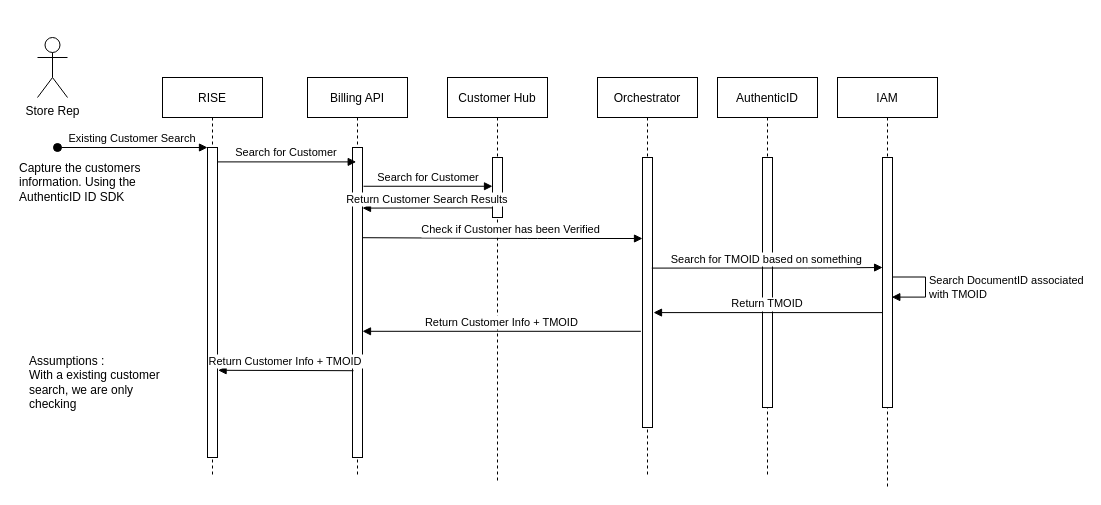
The draw.io diagram Existing_Customer.drawio in ilokos/NCIM, before the edit. Source tidied: cells renumbered, new cells numbered last; positions are measured from the earlier drawing's top-left corner, leaving out a move shared by most shapes. Both pictures are drawn from the tidied source at 100%, with x=0, y=0 at pixel (17, 37).
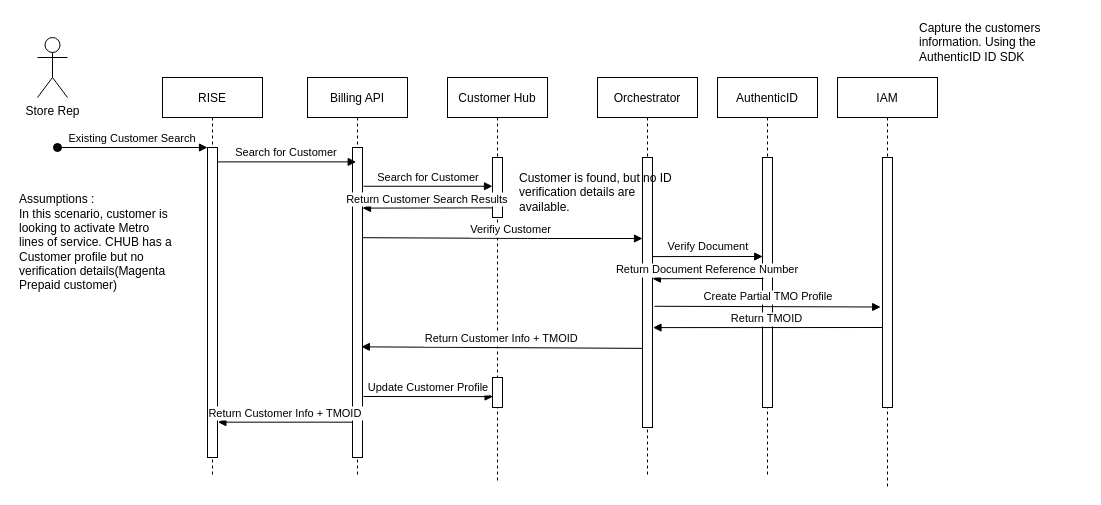
The same page after the edit.

Commit message:
Clarified scenario with specific interactions

The change refers to these unchanged cells:
```xml
<mxCell id="3" style="points=[];perimeter=orthogonalPerimeter;rounded=0;shadow=0;strokeWidth=1;" parent="2" vertex="1">
  <mxGeometry x="45" y="70" width="10" height="310" as="geometry" />
</mxCell>
<mxCell id="6" style="points=[];perimeter=orthogonalPerimeter;rounded=0;shadow=0;strokeWidth=1;" parent="5" vertex="1">
  <mxGeometry x="45" y="70" width="10" height="310" as="geometry" />
</mxCell>
<mxCell id="9" value="Customer Hub" style="shape=umlLifeline;perimeter=lifelinePerimeter;rounded=0;shadow=0;strokeWidth=1;" parent="1" vertex="1">
  <mxGeometry x="430" y="40" width="100" height="405" as="geometry" />
</mxCell>
<mxCell id="14" style="points=[];perimeter=orthogonalPerimeter;rounded=0;shadow=0;strokeWidth=1;" parent="13" vertex="1">
  <mxGeometry x="45" y="80" width="10" height="270" as="geometry" />
</mxCell>
<mxCell id="17" value="IAM" style="shape=umlLifeline;perimeter=lifelinePerimeter;rounded=0;shadow=0;strokeWidth=1;" parent="1" vertex="1">
  <mxGeometry x="820" y="40" width="100" height="410" as="geometry" />
</mxCell>
<mxCell id="18" style="points=[];perimeter=orthogonalPerimeter;rounded=0;shadow=0;strokeWidth=1;" parent="17" vertex="1">
  <mxGeometry x="45" y="80" width="10" height="250" as="geometry" />
</mxCell>
<mxCell id="22" style="points=[];perimeter=orthogonalPerimeter;rounded=0;shadow=0;strokeWidth=1;" parent="21" vertex="1">
  <mxGeometry x="45" y="80" width="10" height="250" as="geometry" />
</mxCell>
```

What changed in the source:
```diff
@@
+    <mxCell id="27" style="html=1;points=[];perimeter=orthogonalPerimeter;" parent="9" vertex="1">
+      <mxGeometry x="45" y="300" width="10" height="30" as="geometry" />
+    </mxCell>
@@
     <mxCell id="12" value="Capture the customers information. Using the AuthenticID ID SDK" style="text;html=1;strokeColor=none;fillColor=none;align=left;verticalAlign=middle;whiteSpace=wrap;rounded=0;" parent="1" vertex="1">
-      <mxGeometry y="120" width="160" height="50" as="geometry" />
+      <mxGeometry x="900" y="-20" width="160" height="50" as="geometry" />
     </mxCell>
@@
-    <mxCell id="16" value="Assumptions :&amp;nbsp;&lt;br&gt;With a existing customer search, we are only checking&amp;nbsp;" style="text;html=1;strokeColor=none;fillColor=none;align=left;verticalAlign=middle;whiteSpace=wrap;rounded=0;" parent="1" vertex="1">
-      <mxGeometry x="10" y="320" width="160" height="50" as="geometry" />
+    <mxCell id="16" value="Assumptions :&amp;nbsp;&lt;br&gt;In this scenario, customer is looking to activate Metro lines of service. CHUB has a Customer profile but no verification details(Magenta Prepaid customer)&lt;br&gt;" style="text;html=1;strokeColor=none;fillColor=none;align=left;verticalAlign=middle;whiteSpace=wrap;rounded=0;" parent="1" vertex="1">
+      <mxGeometry y="150" width="160" height="110" as="geometry" />
     </mxCell>
@@
-    <mxCell id="19" value="Search DocumentID associated &lt;br&gt;with TMOID" style="edgeStyle=orthogonalEdgeStyle;html=1;align=left;spacingLeft=2;endArrow=block;rounded=0;entryX=0.929;entryY=0.87;entryDx=0;entryDy=0;entryPerimeter=0;" parent="17" edge="1">
-      <mxGeometry relative="1" as="geometry">
-        <mxPoint x="55" y="199.5" as="sourcePoint" />
-        <mxPoint x="54.3" y="219.6" as="targetPoint" />
-        <Array as="points">
-          <mxPoint x="88" y="199.5" />
-          <mxPoint x="88" y="219.5" />
-        </Array>
-      </mxGeometry>
-    </mxCell>
-    <mxCell id="20" value="Check if Customer has been Verified" style="verticalAlign=bottom;endArrow=block;shadow=0;strokeWidth=1;exitX=0.957;exitY=0.273;exitDx=0;exitDy=0;exitPerimeter=0;" parent="1" edge="1">
+    <mxCell id="20" value="Verifiy Customer" style="verticalAlign=bottom;endArrow=block;shadow=0;strokeWidth=1;exitX=0.957;exitY=0.273;exitDx=0;exitDy=0;exitPerimeter=0;" parent="1" edge="1">
       <mxGeometry x="0.28" y="30" relative="1" as="geometry">
         <mxPoint x="344.6" y="200.2" as="sourcePoint" />
         <mxPoint x="625" y="201" as="targetPoint" />
         <Array as="points">
           <mxPoint x="520" y="201" />
         </Array>
         <mxPoint x="-30" y="30" as="offset" />
       </mxGeometry>
     </mxCell>
@@
-    <mxCell id="23" value="Search for TMOID based on something" style="verticalAlign=bottom;endArrow=block;shadow=0;strokeWidth=1;exitX=0.929;exitY=0.515;exitDx=0;exitDy=0;exitPerimeter=0;entryX=0.014;entryY=0.512;entryDx=0;entryDy=0;entryPerimeter=0;" parent="1" edge="1">
-      <mxGeometry relative="1" as="geometry">
-        <mxPoint x="634.3" y="230.6" as="sourcePoint" />
-        <mxPoint x="865.1" y="230" as="targetPoint" />
-        <Array as="points">
-          <mxPoint x="800" y="230.5" />
-        </Array>
-      </mxGeometry>
+    <mxCell id="23" value="Verify Document" style="verticalAlign=bottom;endArrow=block;shadow=0;strokeWidth=1;exitX=0.99;exitY=0.367;exitDx=0;exitDy=0;exitPerimeter=0;entryX=0.024;entryY=0.396;entryDx=0;entryDy=0;entryPerimeter=0;" parent="1" edge="1" source="14" target="22">
+      <mxGeometry x="0.01" y="1" relative="1" as="geometry" />
     </mxCell>
-    <mxCell id="24" value="Return TMOID" style="verticalAlign=bottom;endArrow=block;shadow=0;strokeWidth=1;exitX=-0.1;exitY=0.665;exitDx=0;exitDy=0;exitPerimeter=0;" parent="1" edge="1">
+    <mxCell id="24" value="Return TMOID" style="verticalAlign=bottom;endArrow=block;shadow=0;strokeWidth=1;" parent="1" edge="1">
       <mxGeometry relative="1" as="geometry">
-        <mxPoint x="865" y="275.1" as="sourcePoint" />
-        <mxPoint x="636" y="275.1" as="targetPoint" />
+        <mxPoint x="864.5" y="290" as="sourcePoint" />
+        <mxPoint x="635.5" y="290.1" as="targetPoint" />
       </mxGeometry>
     </mxCell>
+    <mxCell id="26" value="Return Customer Info + TMOID" style="verticalAlign=bottom;endArrow=block;shadow=0;strokeWidth=1;exitX=-0.01;exitY=0.886;exitDx=0;exitDy=0;exitPerimeter=0;entryX=1.041;entryY=0.886;entryDx=0;entryDy=0;entryPerimeter=0;" parent="1" edge="1" source="6" target="3">
+      <mxGeometry relative="1" as="geometry" />
+    </mxCell>
+    <mxCell id="28" value="Customer is found, but no ID verification details are available." style="text;html=1;strokeColor=none;fillColor=none;align=left;verticalAlign=middle;whiteSpace=wrap;rounded=0;" parent="1" vertex="1">
+      <mxGeometry x="500" y="130" width="160" height="50" as="geometry" />
+    </mxCell>
+    <mxCell id="29" value="Return Document Reference Number" style="verticalAlign=bottom;endArrow=block;shadow=0;strokeWidth=1;entryX=0.99;entryY=0.449;entryDx=0;entryDy=0;entryPerimeter=0;" parent="1" edge="1" target="14">
+      <mxGeometry relative="1" as="geometry">
+        <mxPoint x="746" y="241" as="sourcePoint" />
+      </mxGeometry>
+    </mxCell>
+    <mxCell id="30" value="Create Partial TMO Profile" style="verticalAlign=bottom;endArrow=block;shadow=0;strokeWidth=1;exitX=1.197;exitY=0.551;exitDx=0;exitDy=0;exitPerimeter=0;entryX=-0.183;entryY=0.598;entryDx=0;entryDy=0;entryPerimeter=0;" parent="1" edge="1" source="14" target="18">
+      <mxGeometry x="0.01" y="1" relative="1" as="geometry" />
+    </mxCell>
-    <mxCell id="25" value="Return Customer Info + TMOID" style="verticalAlign=bottom;endArrow=block;shadow=0;strokeWidth=1;exitX=-0.157;exitY=0.925;exitDx=0;exitDy=0;exitPerimeter=0;" parent="1" edge="1">
-      <mxGeometry relative="1" as="geometry">
-        <mxPoint x="623.4" y="293.8" as="sourcePoint" />
-        <mxPoint x="345" y="293.8" as="targetPoint" />
-      </mxGeometry>
+    <mxCell id="25" value="Return Customer Info + TMOID" style="verticalAlign=bottom;endArrow=block;shadow=0;strokeWidth=1;exitX=0.024;exitY=0.707;exitDx=0;exitDy=0;exitPerimeter=0;entryX=0.886;entryY=0.643;entryDx=0;entryDy=0;entryPerimeter=0;" parent="1" edge="1" source="14" target="6">
+      <mxGeometry relative="1" as="geometry" />
     </mxCell>
-    <mxCell id="26" value="Return Customer Info + TMOID" style="verticalAlign=bottom;endArrow=block;shadow=0;strokeWidth=1;exitX=0.1;exitY=0.965;exitDx=0;exitDy=0;exitPerimeter=0;entryX=1.057;entryY=0.964;entryDx=0;entryDy=0;entryPerimeter=0;" parent="1" edge="1">
-      <mxGeometry relative="1" as="geometry">
-        <mxPoint x="336" y="333.2" as="sourcePoint" />
-        <mxPoint x="200.6" y="332.8" as="targetPoint" />
-      </mxGeometry>
-    </mxCell>
+    <mxCell id="31" value="Update Customer Profile" style="verticalAlign=bottom;endArrow=block;shadow=0;strokeWidth=1;entryX=0.059;entryY=0.637;entryDx=0;entryDy=0;entryPerimeter=0;" parent="1" edge="1" target="27">
+      <mxGeometry relative="1" as="geometry">
+        <mxPoint x="346" y="359" as="sourcePoint" />
+      </mxGeometry>
+    </mxCell>
```
